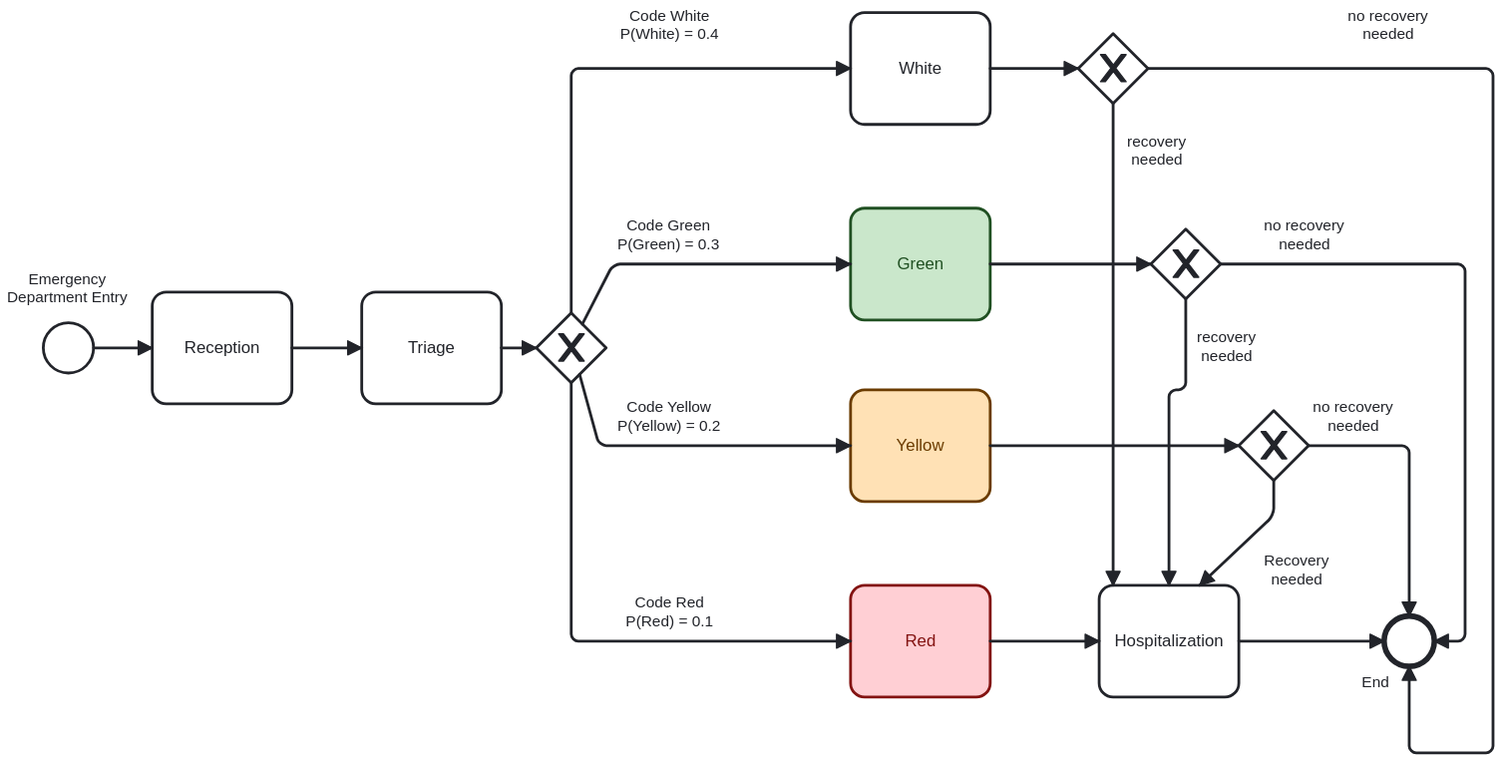
Above: emergency department.svg in MrZio/SMDE-Simulation (BPMN), before the change. Its source is kept beside it as emergency department.bpmn. Ids are renumbered.
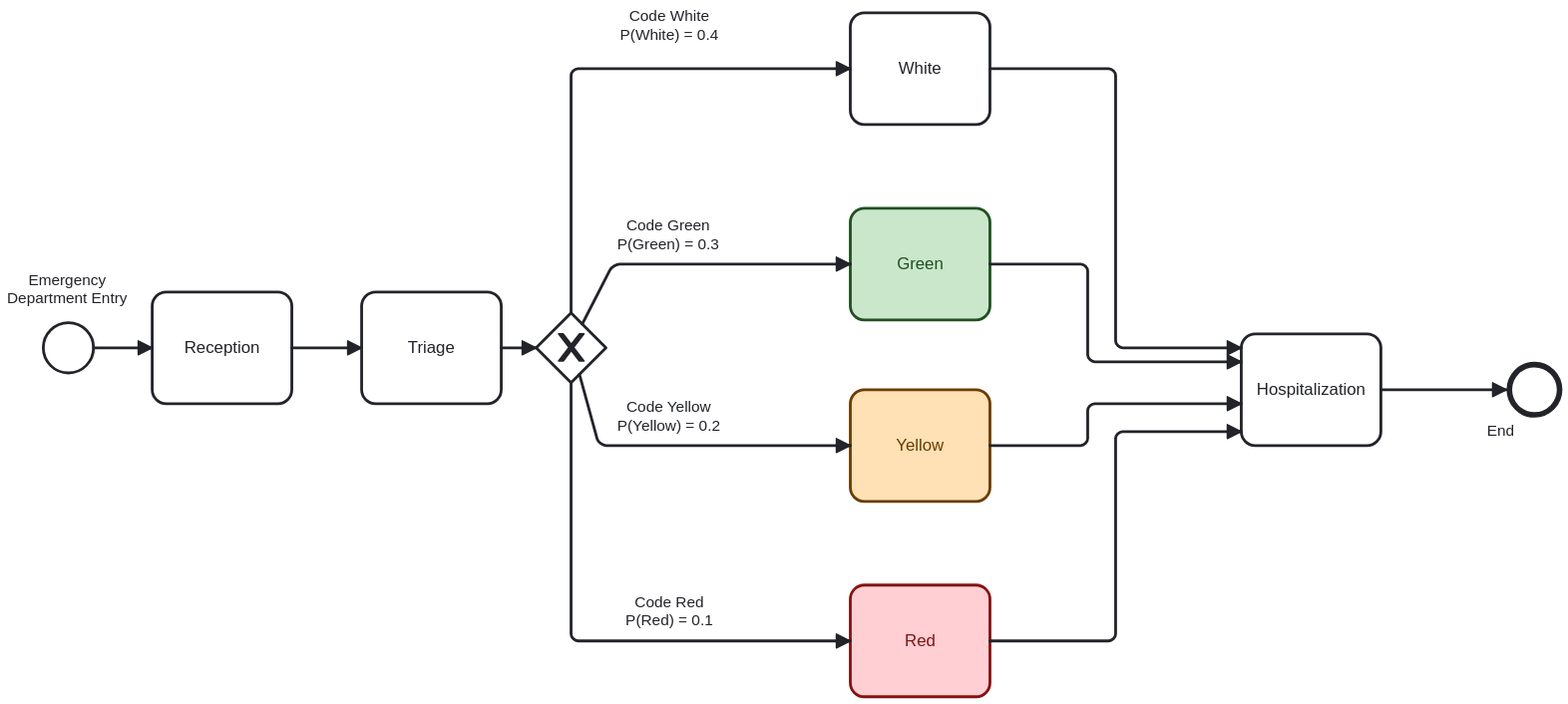
The same diagram one commit later.

Commit message:
fix(sim): changed name for triage service rate

Diff of the diagram source:
```diff
@@ -17,15 +17,15 @@
     </bpmn:exclusiveGateway>
     <bpmn:task id="Activity_n12" name="White">
       <bpmn:incoming>Flow_n8</bpmn:incoming>
-      <bpmn:outgoing>Flow_n13</bpmn:outgoing>
+      <bpmn:outgoing>Flow_n36</bpmn:outgoing>
     </bpmn:task>
     <bpmn:task id="Activity_n14" name="Green">
       <bpmn:incoming>Flow_n9</bpmn:incoming>
-      <bpmn:outgoing>Flow_n15</bpmn:outgoing>
+      <bpmn:outgoing>Flow_n37</bpmn:outgoing>
     </bpmn:task>
     <bpmn:task id="Activity_n16" name="Yellow">
       <bpmn:incoming>Flow_n10</bpmn:incoming>
-      <bpmn:outgoing>Flow_n17</bpmn:outgoing>
+      <bpmn:outgoing>Flow_n38</bpmn:outgoing>
     </bpmn:task>
     <bpmn:task id="Activity_n18" name="Red">
       <bpmn:incoming>Flow_n11</bpmn:incoming>
@@ -37,52 +37,38 @@
     <bpmn:sequenceFlow id="Flow_n11" name="Code Red&#10;P(Red) = 0.1" sourceRef="Gateway_n6" targetRef="Activity_n18" />
     <bpmn:task id="Activity_n20" name="Hospitalization">
       <bpmn:incoming>Flow_n19</bpmn:incoming>
-      <bpmn:incoming>Flow_n21</bpmn:incoming>
-      <bpmn:incoming>Flow_n22</bpmn:incoming>
-      <bpmn:incoming>Flow_n23</bpmn:incoming>
+      <bpmn:incoming>Flow_n38</bpmn:incoming>
+      <bpmn:incoming>Flow_n37</bpmn:incoming>
+      <bpmn:incoming>Flow_n36</bpmn:incoming>
       <bpmn:outgoing>Flow_n24</bpmn:outgoing>
     </bpmn:task>
     <bpmn:sequenceFlow id="Flow_n19" sourceRef="Activity_n18" targetRef="Activity_n20" />
     <bpmn:endEvent id="Event_n25" name="End">
       <bpmn:incoming>Flow_n24</bpmn:incoming>
-      <bpmn:incoming>Flow_n26</bpmn:incoming>
-      <bpmn:incoming>Flow_n27</bpmn:incoming>
-      <bpmn:incoming>Flow_n28</bpmn:incoming>
     </bpmn:endEvent>
     <bpmn:sequenceFlow id="Flow_n24" sourceRef="Activity_n20" targetRef="Event_n25" />
-    <bpmn:exclusiveGateway id="Gateway_n29">
-      <bpmn:incoming>Flow_n17</bpmn:incoming>
-      <bpmn:outgoing>Flow_n26</bpmn:outgoing>
-      <bpmn:outgoing>Flow_n21</bpmn:outgoing>
-    </bpmn:exclusiveGateway>
-    <bpmn:sequenceFlow id="Flow_n17" sourceRef="Activity_n16" targetRef="Gateway_n29" />
-    <bpmn:sequenceFlow id="Flow_n26" name="no recovery needed" sourceRef="Gateway_n29" targetRef="Event_n25" />
-    <bpmn:sequenceFlow id="Flow_n21" name="Recovery&#10;needed" sourceRef="Gateway_n29" targetRef="Activity_n20" />
-    <bpmn:exclusiveGateway id="Gateway_n30">
-      <bpmn:incoming>Flow_n15</bpmn:incoming>
-      <bpmn:outgoing>Flow_n23</bpmn:outgoing>
-      <bpmn:outgoing>Flow_n27</bpmn:outgoing>
-    </bpmn:exclusiveGateway>
-    <bpmn:sequenceFlow id="Flow_n15" sourceRef="Activity_n14" targetRef="Gateway_n30" />
-    <bpmn:exclusiveGateway id="Gateway_n31">
-      <bpmn:incoming>Flow_n13</bpmn:incoming>
-      <bpmn:outgoing>Flow_n22</bpmn:outgoing>
-      <bpmn:outgoing>Flow_n28</bpmn:outgoing>
-    </bpmn:exclusiveGateway>
-    <bpmn:sequenceFlow id="Flow_n13" sourceRef="Activity_n12" targetRef="Gateway_n31" />
-    <bpmn:sequenceFlow id="Flow_n22" name="recovery&#10;needed" sourceRef="Gateway_n31" targetRef="Activity_n20" />
-    <bpmn:sequenceFlow id="Flow_n23" name="recovery&#10;needed" sourceRef="Gateway_n30" targetRef="Activity_n20" />
-    <bpmn:sequenceFlow id="Flow_n27" name="no recovery needed" sourceRef="Gateway_n30" targetRef="Event_n25" />
-    <bpmn:sequenceFlow id="Flow_n28" name="no recovery needed" sourceRef="Gateway_n31" targetRef="Event_n25" />
     <bpmn:task id="Activity_n32" name="Triage">
       <bpmn:incoming>Flow_n5</bpmn:incoming>
       <bpmn:outgoing>Flow_n7</bpmn:outgoing>
     </bpmn:task>
     <bpmn:sequenceFlow id="Flow_n5" sourceRef="Activity_n4" targetRef="Activity_n32" />
     <bpmn:sequenceFlow id="Flow_n7" sourceRef="Activity_n32" targetRef="Gateway_n6" />
+    <bpmn:sequenceFlow id="Flow_n38" sourceRef="Activity_n16" targetRef="Activity_n20" />
+    <bpmn:sequenceFlow id="Flow_n37" sourceRef="Activity_n14" targetRef="Activity_n20" />
+    <bpmn:sequenceFlow id="Flow_n36" sourceRef="Activity_n12" targetRef="Activity_n20" />
   </bpmn:process>
   <bpmndi:BPMNDiagram id="BPMNDiagram_1">
     <bpmndi:BPMNPlane id="BPMNPlane_1" bpmnElement="Process_n2">
+      <bpmndi:BPMNShape id="StartEvent_1_di" bpmnElement="StartEvent_1">
+        <dc:Bounds x="182" y="302" width="36" height="36" />
+        <bpmndi:BPMNLabel>
+          <dc:Bounds x="156" y="264.5" width="87" height="27" />
+        </bpmndi:BPMNLabel>
+      </bpmndi:BPMNShape>
+      <bpmndi:BPMNShape id="Activity_n4_di" bpmnElement="Activity_n4">
+        <dc:Bounds x="260" y="280" width="100" height="80" />
+        <bpmndi:BPMNLabel />
+      </bpmndi:BPMNShape>
       <bpmndi:BPMNShape id="Gateway_n6_di" bpmnElement="Gateway_n6" isMarkerVisible="true">
         <dc:Bounds x="535" y="295" width="50" height="50" />
       </bpmndi:BPMNShape>
@@ -106,38 +92,19 @@
         <dc:Bounds x="410" y="280" width="100" height="80" />
         <bpmndi:BPMNLabel />
       </bpmndi:BPMNShape>
-      <bpmndi:BPMNShape id="Activity_n4_di" bpmnElement="Activity_n4">
-        <dc:Bounds x="260" y="280" width="100" height="80" />
-        <bpmndi:BPMNLabel />
-      </bpmndi:BPMNShape>
-      <bpmndi:BPMNShape id="StartEvent_1_di" bpmnElement="StartEvent_1">
-        <dc:Bounds x="182" y="302" width="36" height="36" />
-        <bpmndi:BPMNLabel>
-          <dc:Bounds x="156" y="264.5" width="87" height="27" />
-        </bpmndi:BPMNLabel>
-      </bpmndi:BPMNShape>
-      <bpmndi:BPMNShape id="Gateway_n29_di" bpmnElement="Gateway_n29" isMarkerVisible="true">
-        <dc:Bounds x="1038" y="365" width="50" height="50" />
-      </bpmndi:BPMNShape>
       <bpmndi:BPMNShape id="Activity_n20_di" bpmnElement="Activity_n20">
-        <dc:Bounds x="938" y="490" width="100" height="80" />
+        <dc:Bounds x="1040" y="310" width="100" height="80" />
         <bpmndi:BPMNLabel />
       </bpmndi:BPMNShape>
       <bpmndi:BPMNShape id="Event_n25_di" bpmnElement="Event_n25">
-        <dc:Bounds x="1142" y="512" width="36" height="36" />
+        <dc:Bounds x="1232" y="332" width="36" height="36" />
         <bpmndi:BPMNLabel>
-          <dc:Bounds x="1126" y="553" width="20" height="14" />
+          <dc:Bounds x="1216" y="373" width="20" height="14" />
         </bpmndi:BPMNLabel>
       </bpmndi:BPMNShape>
-      <bpmndi:BPMNShape id="Gateway_n31_di" bpmnElement="Gateway_n31" isMarkerVisible="true">
-        <dc:Bounds x="923" y="95" width="50" height="50" />
-      </bpmndi:BPMNShape>
-      <bpmndi:BPMNShape id="Gateway_n30_di" bpmnElement="Gateway_n30" isMarkerVisible="true">
-        <dc:Bounds x="975" y="235" width="50" height="50" />
-      </bpmndi:BPMNShape>
-      <bpmndi:BPMNEdge id="Flow_n7_di" bpmnElement="Flow_n7">
-        <di:waypoint x="510" y="320" />
-        <di:waypoint x="535" y="320" />
+      <bpmndi:BPMNEdge id="Flow_n3_di" bpmnElement="Flow_n3">
+        <di:waypoint x="218" y="320" />
+        <di:waypoint x="260" y="320" />
       </bpmndi:BPMNEdge>
       <bpmndi:BPMNEdge id="Flow_n8_di" bpmnElement="Flow_n8">
         <di:waypoint x="560" y="295" />
@@ -171,84 +138,41 @@
           <dc:Bounds x="599" y="496" width="63" height="27" />
         </bpmndi:BPMNLabel>
       </bpmndi:BPMNEdge>
-      <bpmndi:BPMNEdge id="Flow_n13_di" bpmnElement="Flow_n13">
-        <di:waypoint x="860" y="120" />
-        <di:waypoint x="923" y="120" />
-      </bpmndi:BPMNEdge>
-      <bpmndi:BPMNEdge id="Flow_n15_di" bpmnElement="Flow_n15">
-        <di:waypoint x="860" y="260" />
-        <di:waypoint x="975" y="260" />
-      </bpmndi:BPMNEdge>
-      <bpmndi:BPMNEdge id="Flow_n17_di" bpmnElement="Flow_n17">
-        <di:waypoint x="860" y="390" />
-        <di:waypoint x="1038" y="390" />
-      </bpmndi:BPMNEdge>
       <bpmndi:BPMNEdge id="Flow_n19_di" bpmnElement="Flow_n19">
         <di:waypoint x="860" y="530" />
-        <di:waypoint x="938" y="530" />
+        <di:waypoint x="950" y="530" />
+        <di:waypoint x="950" y="380" />
+        <di:waypoint x="1040" y="380" />
+      </bpmndi:BPMNEdge>
+      <bpmndi:BPMNEdge id="Flow_n24_di" bpmnElement="Flow_n24">
+        <di:waypoint x="1140" y="350" />
+        <di:waypoint x="1230" y="350" />
       </bpmndi:BPMNEdge>
       <bpmndi:BPMNEdge id="Flow_n5_di" bpmnElement="Flow_n5">
         <di:waypoint x="360" y="320" />
         <di:waypoint x="410" y="320" />
       </bpmndi:BPMNEdge>
-      <bpmndi:BPMNEdge id="Flow_n3_di" bpmnElement="Flow_n3">
-        <di:waypoint x="218" y="320" />
-        <di:waypoint x="260" y="320" />
+      <bpmndi:BPMNEdge id="Flow_n7_di" bpmnElement="Flow_n7">
+        <di:waypoint x="510" y="320" />
+        <di:waypoint x="535" y="320" />
       </bpmndi:BPMNEdge>
-      <bpmndi:BPMNEdge id="Flow_n26_di" bpmnElement="Flow_n26">
-        <di:waypoint x="1088" y="390" />
-        <di:waypoint x="1160" y="390" />
-        <di:waypoint x="1160" y="512" />
-        <bpmndi:BPMNLabel>
-          <dc:Bounds x="1091" y="356" width="58" height="27" />
-        </bpmndi:BPMNLabel>
+      <bpmndi:BPMNEdge id="Flow_n38_di" bpmnElement="Flow_n38">
+        <di:waypoint x="860" y="390" />
+        <di:waypoint x="930" y="390" />
+        <di:waypoint x="930" y="360" />
+        <di:waypoint x="1040" y="360" />
       </bpmndi:BPMNEdge>
-      <bpmndi:BPMNEdge id="Flow_n21_di" bpmnElement="Flow_n21">
-        <di:waypoint x="1063" y="415" />
-        <di:waypoint x="1063" y="440" />
-        <di:waypoint x="1010" y="490" />
-        <bpmndi:BPMNLabel>
-          <dc:Bounds x="1056" y="466" width="47" height="27" />
-        </bpmndi:BPMNLabel>
+      <bpmndi:BPMNEdge id="Flow_n37_di" bpmnElement="Flow_n37">
+        <di:waypoint x="860" y="260" />
+        <di:waypoint x="930" y="260" />
+        <di:waypoint x="930" y="330" />
+        <di:waypoint x="1040" y="330" />
       </bpmndi:BPMNEdge>
-      <bpmndi:BPMNEdge id="Flow_n22_di" bpmnElement="Flow_n22">
-        <di:waypoint x="948" y="145" />
-        <di:waypoint x="948" y="490" />
-        <bpmndi:BPMNLabel>
-          <dc:Bounds x="958" y="166" width="43" height="27" />
-        </bpmndi:BPMNLabel>
-      </bpmndi:BPMNEdge>
-      <bpmndi:BPMNEdge id="Flow_n23_di" bpmnElement="Flow_n23">
-        <di:waypoint x="1000" y="285" />
-        <di:waypoint x="1000" y="350" />
-        <di:waypoint x="988" y="350" />
-        <di:waypoint x="988" y="490" />
-        <bpmndi:BPMNLabel>
-          <dc:Bounds x="1008" y="306" width="43" height="27" />
-        </bpmndi:BPMNLabel>
-      </bpmndi:BPMNEdge>
-      <bpmndi:BPMNEdge id="Flow_n24_di" bpmnElement="Flow_n24">
-        <di:waypoint x="1038" y="530" />
-        <di:waypoint x="1142" y="530" />
-      </bpmndi:BPMNEdge>
-      <bpmndi:BPMNEdge id="Flow_n27_di" bpmnElement="Flow_n27">
-        <di:waypoint x="1025" y="260" />
-        <di:waypoint x="1200" y="260" />
-        <di:waypoint x="1200" y="530" />
-        <di:waypoint x="1178" y="530" />
-        <bpmndi:BPMNLabel>
-          <dc:Bounds x="1056" y="226" width="58" height="27" />
-        </bpmndi:BPMNLabel>
-      </bpmndi:BPMNEdge>
-      <bpmndi:BPMNEdge id="Flow_n28_di" bpmnElement="Flow_n28">
-        <di:waypoint x="973" y="120" />
-        <di:waypoint x="1220" y="120" />
-        <di:waypoint x="1220" y="610" />
-        <di:waypoint x="1160" y="610" />
-        <di:waypoint x="1160" y="548" />
-        <bpmndi:BPMNLabel>
-          <dc:Bounds x="1116" y="76" width="58" height="27" />
-        </bpmndi:BPMNLabel>
+      <bpmndi:BPMNEdge id="Flow_n36_di" bpmnElement="Flow_n36">
+        <di:waypoint x="860" y="120" />
+        <di:waypoint x="950" y="120" />
+        <di:waypoint x="950" y="320" />
+        <di:waypoint x="1040" y="320" />
       </bpmndi:BPMNEdge>
     </bpmndi:BPMNPlane>
   </bpmndi:BPMNDiagram>
```
